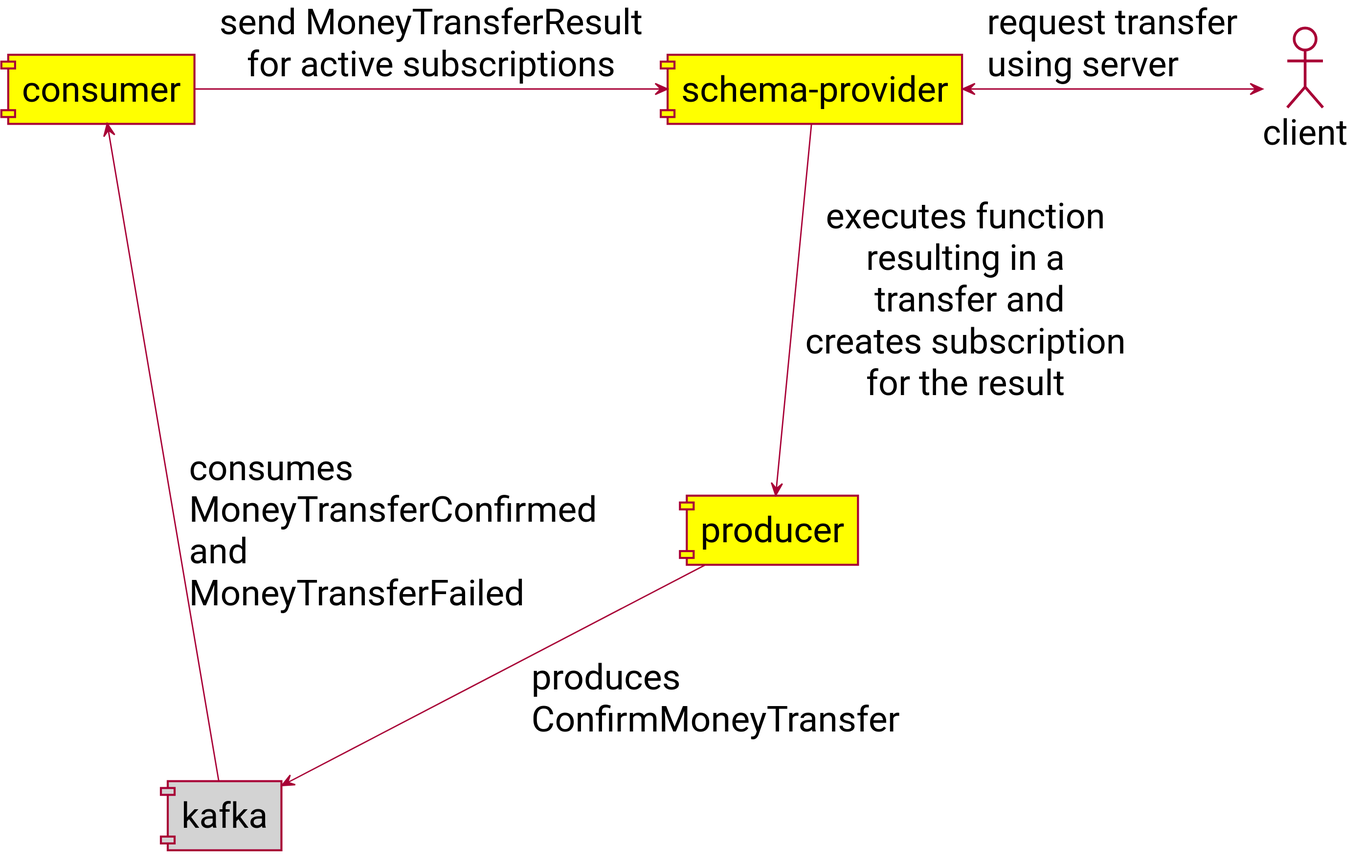
This is docs/money-transfer-service.svg from openweb-nl/kafka-graphql-examples, a PlantUML export, as it was before one commit.
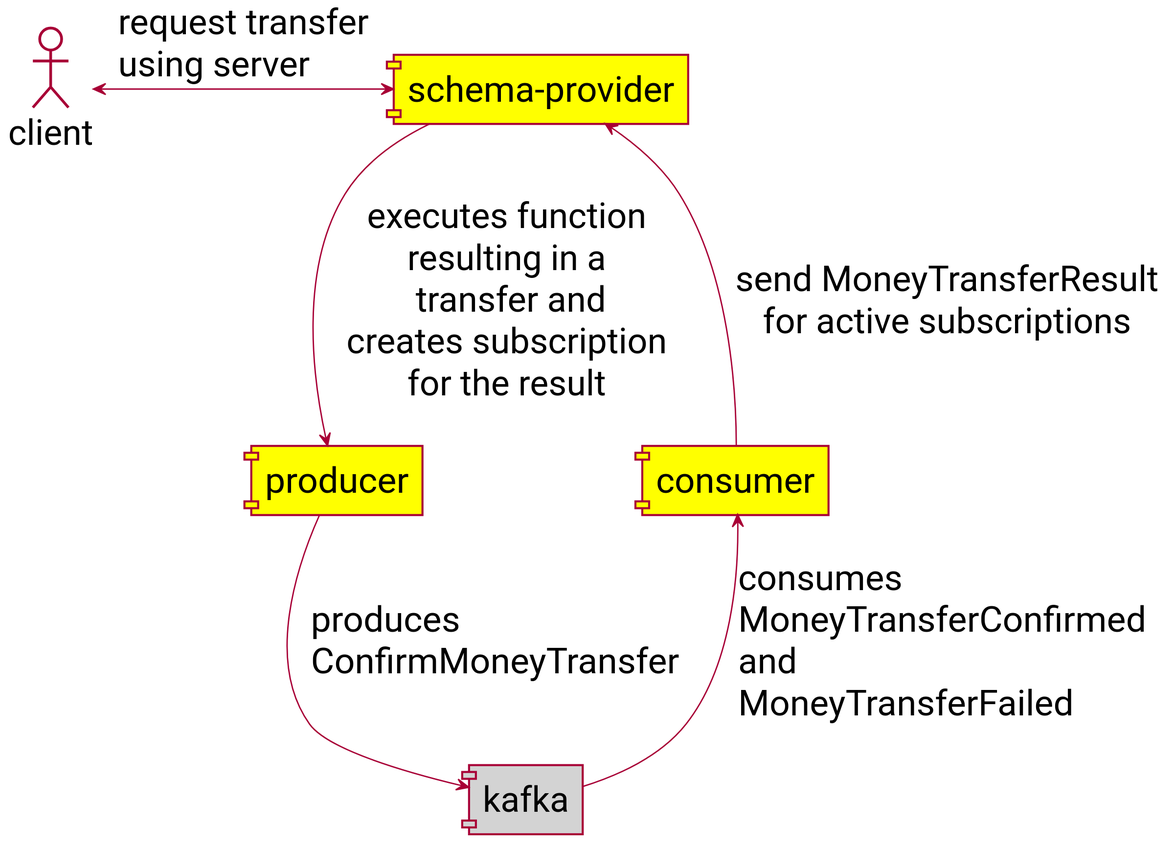
Above is the later version.

Diff of the diagram source:
```diff
@@ -9,10 +9,10 @@
 actor client as cl #White
 component "schema-provider" as sp #Yellow
 
-sp <-right-> cl :request transfer\lusing server
+cl <-right-> sp :request transfer\lusing server
 sp --> p :executes function\nresulting in a\n transfer and\ncreates subscription\nfor the result
-c -right-> sp :send MoneyTransferResult\nfor active subscriptions
 p --> kc :produces\lConfirmMoneyTransfer
 c <-- kc :consumes\lMoneyTransferConfirmed\nand\nMoneyTransferFailed
+sp <-- c :send MoneyTransferResult\nfor active subscriptions
 
 @enduml
```
